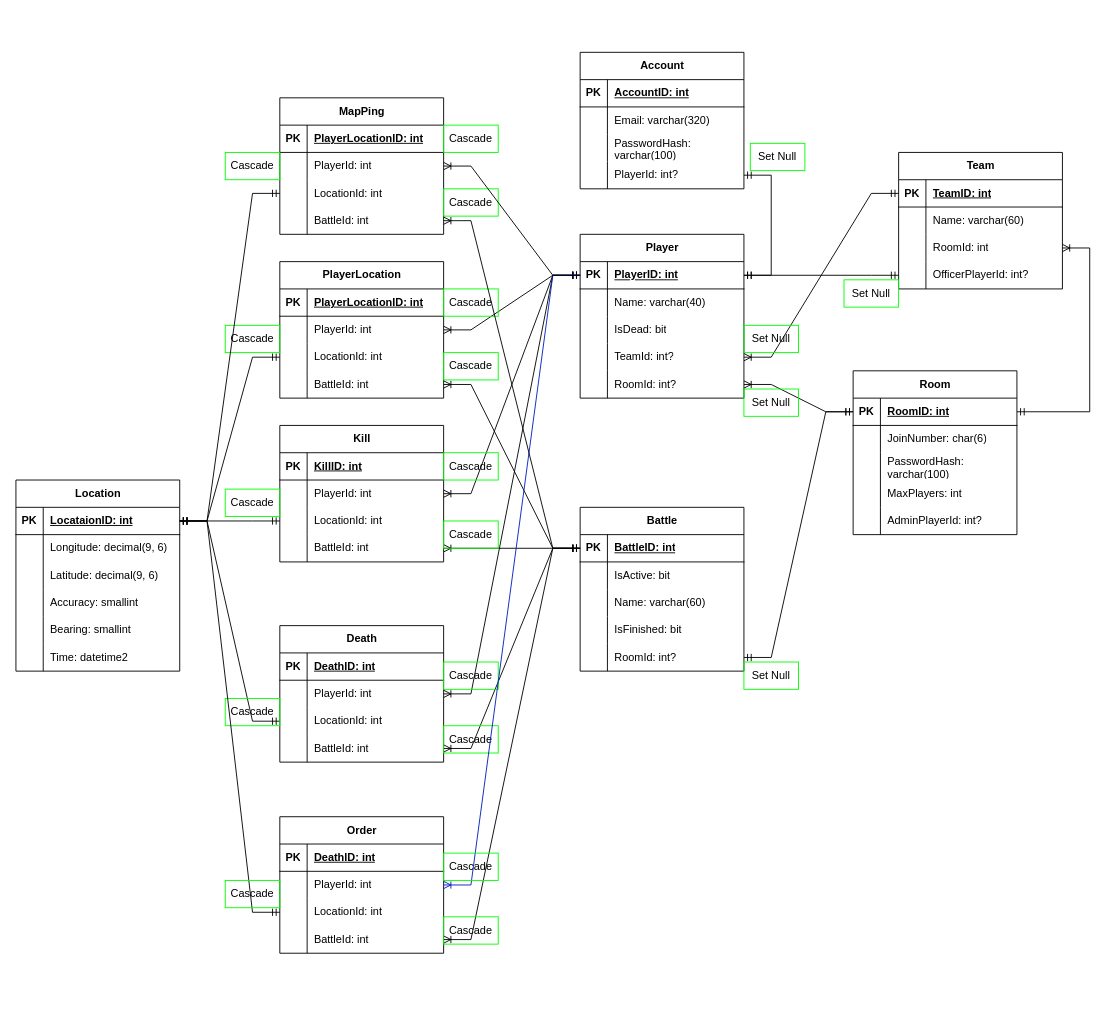
The draw.io diagram BMSDatabaseSqlBlueprint.drawio in ErNeRooo/AirsoftBattlefieldManagementSystemAPI, before the edit. Source tidied: cells renumbered, new cells numbered last; positions are measured from the earlier drawing's top-left corner, leaving out a move shared by most shapes. Both pictures are drawn from the tidied source at 91%, with x=0, y=0 at pixel (15, 52).
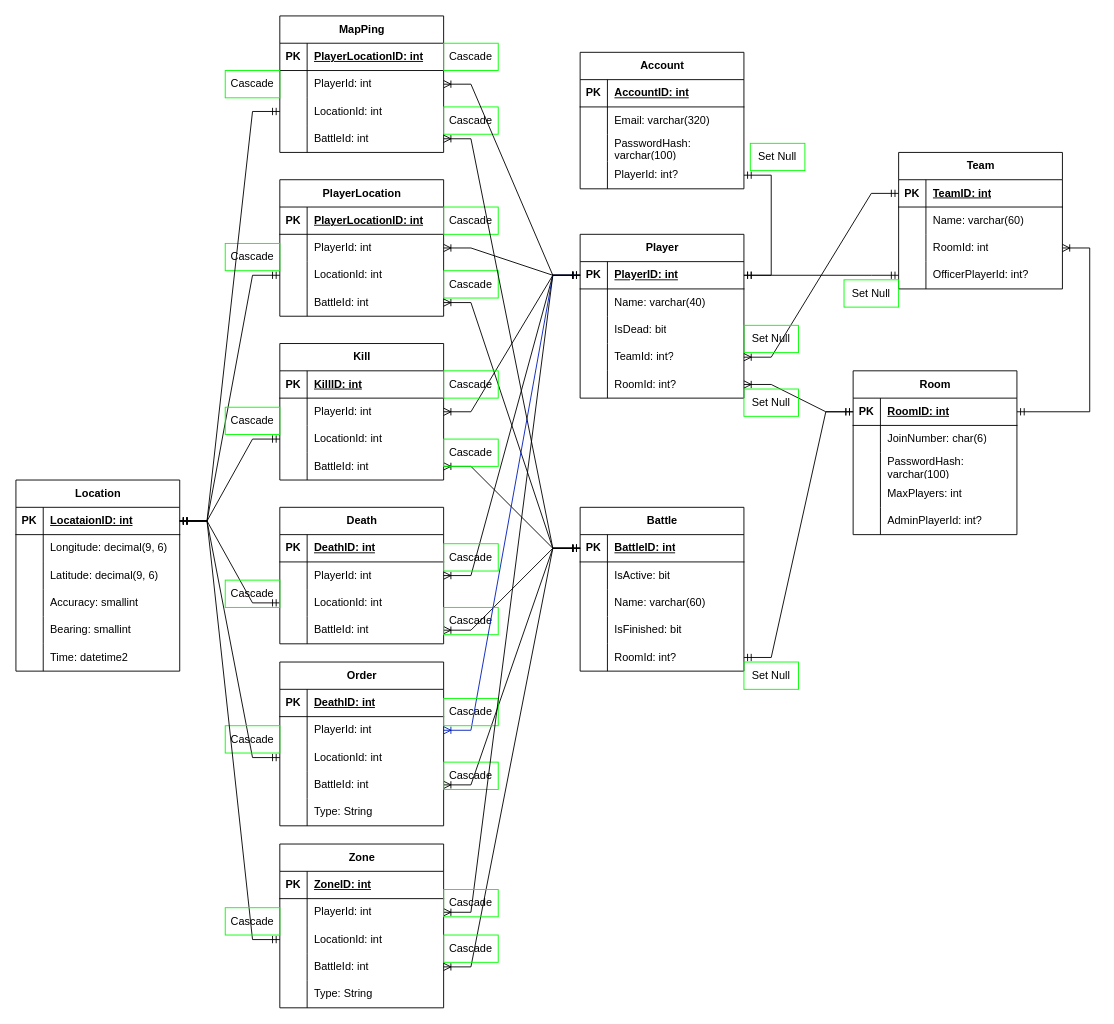
After the change.

Unchanged cells that the change refers to:
```xml
<mxCell id="29" style="shape=tableRow;horizontal=0;startSize=0;swimlaneHead=0;swimlaneBody=0;fillColor=none;points=[[0,0.5],[1,0.5]];portConstraint=eastwest;top=0;left=0;right=0;bottom=1;" parent="28" vertex="1">
  <mxGeometry y="30" width="180" height="30" as="geometry" />
</mxCell>
<mxCell id="61" style="shape=tableRow;horizontal=0;startSize=0;swimlaneHead=0;swimlaneBody=0;fillColor=none;points=[[0,0.5],[1,0.5]];portConstraint=eastwest;top=0;left=0;right=0;bottom=1;" parent="60" vertex="1">
  <mxGeometry y="30" width="180" height="30" as="geometry" />
</mxCell>
<mxCell id="90" style="shape=tableRow;horizontal=0;startSize=0;swimlaneHead=0;swimlaneBody=0;fillColor=none;points=[[0,0.5],[1,0.5]];portConstraint=eastwest;top=0;left=0;right=0;bottom=1;" parent="89" vertex="1">
  <mxGeometry y="30" width="180" height="30" as="geometry" />
</mxCell>
```

Diff of the diagram source:
```diff
@@
     <mxCell id="2" value="PlayerLocation" style="shape=table;startSize=30;childLayout=tableLayout;rowLines=0;fontStyle=1;align=center;html=1;" parent="1" vertex="1">
-      <mxGeometry x="290" y="230" width="180" height="150" as="geometry" />
+      <mxGeometry x="290" y="140" width="180" height="150" as="geometry" />
     </mxCell>
@@
     <mxCell id="47" value="Kill" style="shape=table;startSize=30;childLayout=tableLayout;rowLines=0;fontStyle=1;align=center;html=1;" parent="1" vertex="1">
-      <mxGeometry x="290" y="410" width="180" height="150" as="geometry" />
+      <mxGeometry x="290" y="320" width="180" height="150" as="geometry" />
     </mxCell>
@@
     <mxCell id="128" value="Death" style="shape=table;startSize=30;childLayout=tableLayout;rowLines=0;fontStyle=1;align=center;html=1;" parent="1" vertex="1">
-      <mxGeometry x="290" y="630" width="180" height="150" as="geometry" />
+      <mxGeometry x="290" y="500" width="180" height="150" as="geometry" />
     </mxCell>
@@
     <mxCell id="148" value="Cascade" style="text;html=1;align=center;verticalAlign=middle;whiteSpace=wrap;rounded=0;strokeColor=light-dark(#00FF00,transparent);fillColor=none;" parent="1" vertex="1">
-      <mxGeometry x="230" y="300" width="60" height="30" as="geometry" />
+      <mxGeometry x="230" y="210" width="60" height="30" as="geometry" />
     </mxCell>
     <mxCell id="149" value="Cascade" style="text;html=1;align=center;verticalAlign=middle;whiteSpace=wrap;rounded=0;strokeColor=light-dark(#00FF00,transparent);fillColor=none;" parent="1" vertex="1">
-      <mxGeometry x="230" y="480" width="60" height="30" as="geometry" />
+      <mxGeometry x="230" y="390" width="60" height="30" as="geometry" />
     </mxCell>
     <mxCell id="150" value="Cascade" style="text;html=1;align=center;verticalAlign=middle;whiteSpace=wrap;rounded=0;strokeColor=light-dark(#00FF00,transparent);fillColor=none;" parent="1" vertex="1">
-      <mxGeometry x="230" y="710" width="60" height="30" as="geometry" />
+      <mxGeometry x="230" y="580" width="60" height="30" as="geometry" />
     </mxCell>
     <mxCell id="151" value="Cascade" style="text;html=1;align=center;verticalAlign=middle;whiteSpace=wrap;rounded=0;strokeColor=light-dark(#00FF00,transparent);fillColor=none;" parent="1" vertex="1">
-      <mxGeometry x="470" y="260" width="60" height="30" as="geometry" />
+      <mxGeometry x="470" y="170" width="60" height="30" as="geometry" />
     </mxCell>
     <mxCell id="152" value="Cascade" style="text;html=1;align=center;verticalAlign=middle;whiteSpace=wrap;rounded=0;strokeColor=light-dark(#00FF00,transparent);fillColor=none;" parent="1" vertex="1">
-      <mxGeometry x="470" y="330" width="60" height="30" as="geometry" />
+      <mxGeometry x="470" y="240" width="60" height="30" as="geometry" />
     </mxCell>
     <mxCell id="153" value="Cascade" style="text;html=1;align=center;verticalAlign=middle;whiteSpace=wrap;rounded=0;strokeColor=light-dark(#00FF00,transparent);fillColor=none;" parent="1" vertex="1">
-      <mxGeometry x="470" y="440" width="60" height="30" as="geometry" />
+      <mxGeometry x="470" y="350" width="60" height="30" as="geometry" />
     </mxCell>
     <mxCell id="154" value="Cascade" style="text;html=1;align=center;verticalAlign=middle;whiteSpace=wrap;rounded=0;strokeColor=light-dark(#00FF00,transparent);fillColor=none;" parent="1" vertex="1">
-      <mxGeometry x="470" y="515" width="60" height="30" as="geometry" />
+      <mxGeometry x="470" y="425" width="60" height="30" as="geometry" />
     </mxCell>
     <mxCell id="155" value="Cascade" style="text;html=1;align=center;verticalAlign=middle;whiteSpace=wrap;rounded=0;strokeColor=light-dark(#00FF00,transparent);fillColor=none;" parent="1" vertex="1">
-      <mxGeometry x="470" y="670" width="60" height="30" as="geometry" />
+      <mxGeometry x="470" y="540" width="60" height="30" as="geometry" />
     </mxCell>
     <mxCell id="156" value="Cascade" style="text;html=1;align=center;verticalAlign=middle;whiteSpace=wrap;rounded=0;strokeColor=light-dark(#00FF00,transparent);fillColor=none;" parent="1" vertex="1">
-      <mxGeometry x="470" y="740" width="60" height="30" as="geometry" />
+      <mxGeometry x="470" y="610" width="60" height="30" as="geometry" />
     </mxCell>
@@
     <mxCell id="163" value="Order" style="shape=table;startSize=30;childLayout=tableLayout;rowLines=0;fontStyle=1;align=center;html=1;" parent="1" vertex="1">
-      <mxGeometry x="290" y="840" width="180" height="150" as="geometry" />
+      <mxGeometry x="290" y="670" width="180" height="180" as="geometry" />
     </mxCell>
@@
+    <mxCell id="201" style="shape=tableRow;horizontal=0;startSize=0;swimlaneHead=0;swimlaneBody=0;fillColor=none;top=0;left=0;right=0;bottom=0;" parent="163" vertex="1">
+      <mxGeometry y="150" width="180" height="30" as="geometry" />
+    </mxCell>
+    <mxCell id="202" style="shape=partialRectangle;fillColor=none;top=0;left=0;bottom=0;right=0;overflow=hidden;whiteSpace=wrap;html=1;" parent="201" vertex="1">
+      <mxGeometry width="30" height="30" as="geometry" />
+    </mxCell>
+    <mxCell id="203" value="Type: String" style="shape=partialRectangle;fillColor=none;top=0;left=0;bottom=0;right=0;align=left;spacingLeft=6;overflow=hidden;whiteSpace=wrap;html=1;" parent="201" vertex="1">
+      <mxGeometry x="30" width="150" height="30" as="geometry" />
+    </mxCell>
@@
     <mxCell id="179" value="Cascade" style="text;html=1;align=center;verticalAlign=middle;whiteSpace=wrap;rounded=0;strokeColor=light-dark(#00FF00,transparent);fillColor=none;" parent="1" vertex="1">
-      <mxGeometry x="470" y="950" width="60" height="30" as="geometry" />
+      <mxGeometry x="470" y="780" width="60" height="30" as="geometry" />
     </mxCell>
     <mxCell id="180" value="Cascade" style="text;html=1;align=center;verticalAlign=middle;whiteSpace=wrap;rounded=0;strokeColor=light-dark(#00FF00,transparent);fillColor=none;" parent="1" vertex="1">
-      <mxGeometry x="470" y="880" width="60" height="30" as="geometry" />
+      <mxGeometry x="470" y="710" width="60" height="30" as="geometry" />
     </mxCell>
     <mxCell id="181" value="Cascade" style="text;html=1;align=center;verticalAlign=middle;whiteSpace=wrap;rounded=0;strokeColor=light-dark(#00FF00,transparent);fillColor=none;" parent="1" vertex="1">
-      <mxGeometry x="230" y="910" width="60" height="30" as="geometry" />
+      <mxGeometry x="230" y="740" width="60" height="30" as="geometry" />
     </mxCell>
     <mxCell id="182" value="MapPing" style="shape=table;startSize=30;childLayout=tableLayout;rowLines=0;fontStyle=1;align=center;html=1;" parent="1" vertex="1">
-      <mxGeometry x="290" y="50" width="180" height="150" as="geometry" />
+      <mxGeometry x="290" y="-40" width="180" height="150" as="geometry" />
     </mxCell>
@@
     <mxCell id="195" value="Cascade" style="text;html=1;align=center;verticalAlign=middle;whiteSpace=wrap;rounded=0;strokeColor=light-dark(#00FF00,transparent);fillColor=none;" parent="1" vertex="1">
-      <mxGeometry x="470" y="80" width="60" height="30" as="geometry" />
+      <mxGeometry x="470" y="-10" width="60" height="30" as="geometry" />
     </mxCell>
     <mxCell id="196" value="Cascade" style="text;html=1;align=center;verticalAlign=middle;whiteSpace=wrap;rounded=0;strokeColor=light-dark(#00FF00,transparent);fillColor=none;" parent="1" vertex="1">
-      <mxGeometry x="470" y="150" width="60" height="30" as="geometry" />
+      <mxGeometry x="470" y="60" width="60" height="30" as="geometry" />
     </mxCell>
     <mxCell id="197" value="Cascade" style="text;html=1;align=center;verticalAlign=middle;whiteSpace=wrap;rounded=0;strokeColor=light-dark(#00FF00,transparent);fillColor=none;" parent="1" vertex="1">
-      <mxGeometry x="230" y="110" width="60" height="30" as="geometry" />
+      <mxGeometry x="230" y="20" width="60" height="30" as="geometry" />
     </mxCell>
@@
+    <mxCell id="204" value="Zone" style="shape=table;startSize=30;childLayout=tableLayout;rowLines=0;fontStyle=1;align=center;html=1;" parent="1" vertex="1">
+      <mxGeometry x="290" y="870" width="180" height="180" as="geometry" />
+    </mxCell>
+    <mxCell id="205" style="shape=tableRow;horizontal=0;startSize=0;swimlaneHead=0;swimlaneBody=0;fillColor=none;top=0;left=0;right=0;bottom=1;" parent="204" vertex="1">
+      <mxGeometry y="30" width="180" height="30" as="geometry" />
+    </mxCell>
+    <mxCell id="206" value="PK" style="shape=partialRectangle;fillColor=none;top=0;left=0;bottom=0;right=0;fontStyle=1;overflow=hidden;whiteSpace=wrap;html=1;" parent="205" vertex="1">
+      <mxGeometry width="30" height="30" as="geometry" />
+    </mxCell>
+    <mxCell id="207" value="ZoneID: int" style="shape=partialRectangle;fillColor=none;top=0;left=0;bottom=0;right=0;align=left;spacingLeft=6;fontStyle=5;overflow=hidden;whiteSpace=wrap;html=1;" parent="205" vertex="1">
+      <mxGeometry x="30" width="150" height="30" as="geometry" />
+    </mxCell>
+    <mxCell id="208" style="shape=tableRow;horizontal=0;startSize=0;swimlaneHead=0;swimlaneBody=0;fillColor=none;points=[[0,0.5],[1,0.5]];portConstraint=eastwest;top=0;left=0;right=0;bottom=0;" parent="204" vertex="1">
+      <mxGeometry y="60" width="180" height="30" as="geometry" />
+    </mxCell>
+    <mxCell id="209" style="shape=partialRectangle;fillColor=none;top=0;left=0;bottom=0;right=0;overflow=hidden;whiteSpace=wrap;html=1;" parent="208" vertex="1">
+      <mxGeometry width="30" height="30" as="geometry" />
+    </mxCell>
+    <mxCell id="210" value="PlayerId: int" style="shape=partialRectangle;fillColor=none;top=0;left=0;bottom=0;right=0;align=left;spacingLeft=6;overflow=hidden;whiteSpace=wrap;html=1;" parent="208" vertex="1">
+      <mxGeometry x="30" width="150" height="30" as="geometry" />
+    </mxCell>
+    <mxCell id="211" style="shape=tableRow;horizontal=0;startSize=0;swimlaneHead=0;swimlaneBody=0;fillColor=none;points=[[0,0.5],[1,0.5]];portConstraint=eastwest;top=0;left=0;right=0;bottom=0;" parent="204" vertex="1">
+      <mxGeometry y="90" width="180" height="30" as="geometry" />
+    </mxCell>
+    <mxCell id="212" style="shape=partialRectangle;fillColor=none;top=0;left=0;bottom=0;right=0;overflow=hidden;whiteSpace=wrap;html=1;" parent="211" vertex="1">
+      <mxGeometry width="30" height="30" as="geometry" />
+    </mxCell>
+    <mxCell id="213" value="LocationId: int" style="shape=partialRectangle;fillColor=none;top=0;left=0;bottom=0;right=0;align=left;spacingLeft=6;overflow=hidden;whiteSpace=wrap;html=1;" parent="211" vertex="1">
+      <mxGeometry x="30" width="150" height="30" as="geometry" />
+    </mxCell>
+    <mxCell id="214" style="shape=tableRow;horizontal=0;startSize=0;swimlaneHead=0;swimlaneBody=0;fillColor=none;points=[[0,0.5],[1,0.5]];portConstraint=eastwest;top=0;left=0;right=0;bottom=0;" parent="204" vertex="1">
+      <mxGeometry y="120" width="180" height="30" as="geometry" />
+    </mxCell>
+    <mxCell id="215" style="shape=partialRectangle;fillColor=none;top=0;left=0;bottom=0;right=0;overflow=hidden;whiteSpace=wrap;html=1;" parent="214" vertex="1">
+      <mxGeometry width="30" height="30" as="geometry" />
+    </mxCell>
+    <mxCell id="216" value="BattleId: int" style="shape=partialRectangle;fillColor=none;top=0;left=0;bottom=0;right=0;align=left;spacingLeft=6;overflow=hidden;whiteSpace=wrap;html=1;" parent="214" vertex="1">
+      <mxGeometry x="30" width="150" height="30" as="geometry" />
+    </mxCell>
+    <mxCell id="217" style="shape=tableRow;horizontal=0;startSize=0;swimlaneHead=0;swimlaneBody=0;fillColor=none;top=0;left=0;right=0;bottom=0;" parent="204" vertex="1">
+      <mxGeometry y="150" width="180" height="30" as="geometry" />
+    </mxCell>
+    <mxCell id="218" style="shape=partialRectangle;fillColor=none;top=0;left=0;bottom=0;right=0;overflow=hidden;whiteSpace=wrap;html=1;" parent="217" vertex="1">
+      <mxGeometry width="30" height="30" as="geometry" />
+    </mxCell>
+    <mxCell id="219" value="Type: String" style="shape=partialRectangle;fillColor=none;top=0;left=0;bottom=0;right=0;align=left;spacingLeft=6;overflow=hidden;whiteSpace=wrap;html=1;" parent="217" vertex="1">
+      <mxGeometry x="30" width="150" height="30" as="geometry" />
+    </mxCell>
+    <mxCell id="220" style="edgeStyle=entityRelationEdgeStyle;fontSize=12;html=1;endArrow=ERmandOne;startArrow=ERmandOne;rounded=0;strokeColor=light-dark(#000000,#D4FF00);" parent="1" edge="1" source="29" target="211">
+      <mxGeometry relative="1" as="geometry">
+        <Array as="points">
+          <mxPoint x="40" y="1525" />
+          <mxPoint x="60" y="1525" />
+        </Array>
+      </mxGeometry>
+    </mxCell>
+    <mxCell id="221" value="Cascade" style="text;html=1;align=center;verticalAlign=middle;whiteSpace=wrap;rounded=0;strokeColor=light-dark(#00FF00,transparent);fillColor=none;" parent="1" vertex="1">
+      <mxGeometry x="230" y="940" width="60" height="30" as="geometry" />
+    </mxCell>
+    <mxCell id="222" style="edgeStyle=entityRelationEdgeStyle;fontSize=12;html=1;endArrow=ERoneToMany;startArrow=ERmandOne;rounded=0;strokeColor=light-dark(#000000,#FF0000);" parent="1" edge="1" source="90" target="214">
+      <mxGeometry relative="1" as="geometry">
+        <Array as="points">
+          <mxPoint x="1080" y="1075" />
+        </Array>
+      </mxGeometry>
+    </mxCell>
+    <mxCell id="223" style="edgeStyle=entityRelationEdgeStyle;fontSize=12;html=1;endArrow=ERoneToMany;startArrow=ERmandOne;rounded=0;strokeColor=light-dark(#000000,#FF0000);" parent="1" edge="1" source="61" target="208">
+      <mxGeometry relative="1" as="geometry">
+        <Array as="points">
+          <mxPoint x="1270" y="1070" />
+        </Array>
+      </mxGeometry>
+    </mxCell>
+    <mxCell id="224" value="Cascade" style="text;html=1;align=center;verticalAlign=middle;whiteSpace=wrap;rounded=0;strokeColor=light-dark(#00FF00,transparent);fillColor=none;" parent="1" vertex="1">
+      <mxGeometry x="470" y="920" width="60" height="30" as="geometry" />
+    </mxCell>
+    <mxCell id="225" value="Cascade" style="text;html=1;align=center;verticalAlign=middle;whiteSpace=wrap;rounded=0;strokeColor=light-dark(#00FF00,transparent);fillColor=none;" parent="1" vertex="1">
+      <mxGeometry x="470" y="970" width="60" height="30" as="geometry" />
+    </mxCell>
```
